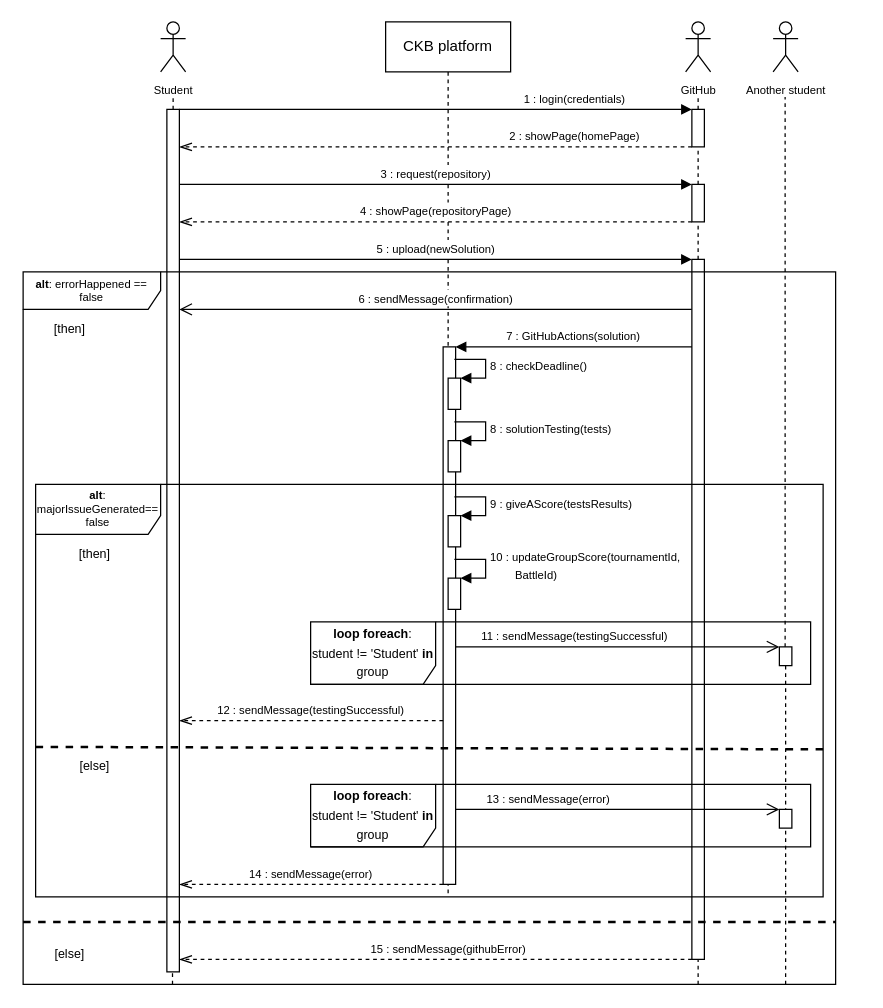
Before: RASDwip/ExtraFiles/Drawio/Sequence/Sequence11.drawio in francescospangaro/SpangaroTosettiRiccardi, a draw.io diagram. Source tidied: cells renumbered, new cells numbered last; positions are measured from the earlier drawing's top-left corner, leaving out a move shared by most shapes. Both pictures are drawn from the tidied source at 125%, with x=0, y=0 at pixel (22, 21).
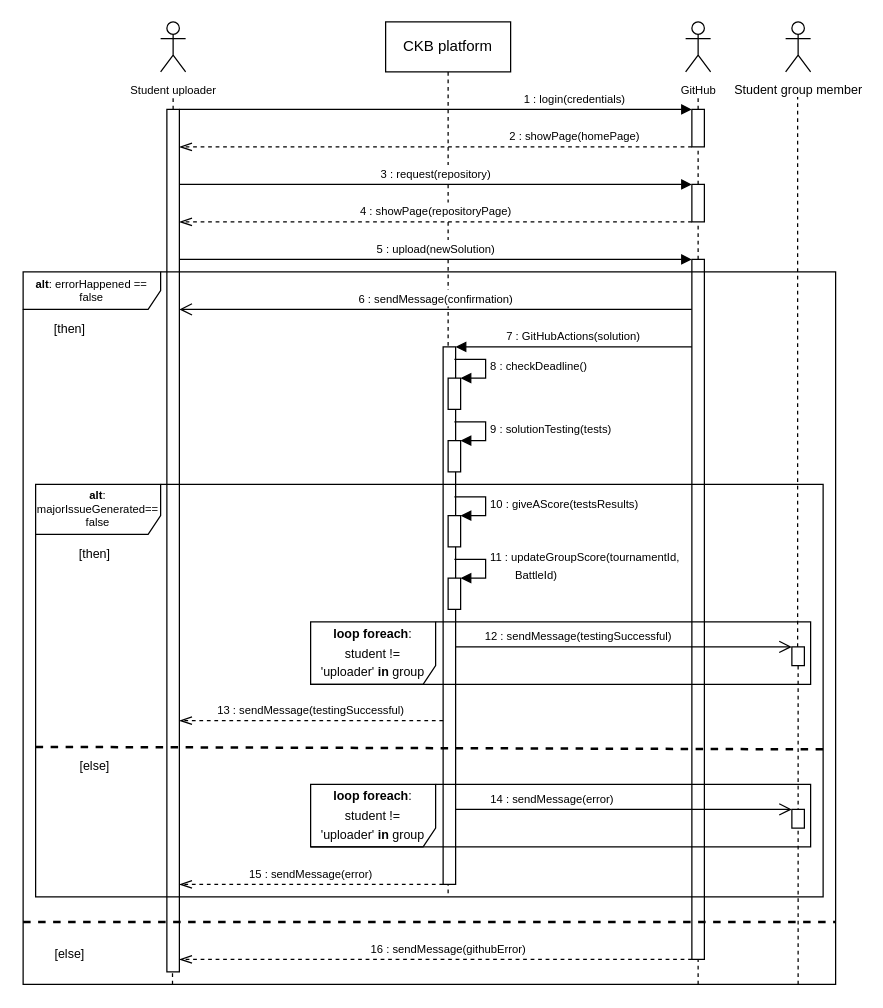
The same page after the edit.

The change refers to these unchanged cells:
```xml
<mxCell id="3" style="html=1;points=[];perimeter=orthogonalPerimeter;outlineConnect=0;targetShapes=umlLifeline;portConstraint=eastwest;newEdgeStyle={&quot;edgeStyle&quot;:&quot;elbowEdgeStyle&quot;,&quot;elbow&quot;:&quot;vertical&quot;,&quot;curved&quot;:0,&quot;rounded&quot;:0};" parent="2" vertex="1">
  <mxGeometry x="46" y="260" width="10" height="430" as="geometry" />
</mxCell>
<mxCell id="23" style="html=1;points=[[0,0,0,0,5],[0,1,0,0,-5],[1,0,0,0,5],[1,1,0,0,-5]];perimeter=orthogonalPerimeter;outlineConnect=0;targetShapes=umlLifeline;portConstraint=eastwest;newEdgeStyle={&quot;curved&quot;:0,&quot;rounded&quot;:0};" parent="1" vertex="1">
  <mxGeometry x="340" y="335" width="10" height="25" as="geometry" />
</mxCell>
<mxCell id="26" style="html=1;points=[[0,0,0,0,5],[0,1,0,0,-5],[1,0,0,0,5],[1,1,0,0,-5]];perimeter=orthogonalPerimeter;outlineConnect=0;targetShapes=umlLifeline;portConstraint=eastwest;newEdgeStyle={&quot;curved&quot;:0,&quot;rounded&quot;:0};" parent="1" vertex="1">
  <mxGeometry x="340" y="395" width="10" height="25" as="geometry" />
</mxCell>
<mxCell id="28" style="html=1;points=[[0,0,0,0,5],[0,1,0,0,-5],[1,0,0,0,5],[1,1,0,0,-5]];perimeter=orthogonalPerimeter;outlineConnect=0;targetShapes=umlLifeline;portConstraint=eastwest;newEdgeStyle={&quot;curved&quot;:0,&quot;rounded&quot;:0};" parent="1" vertex="1">
  <mxGeometry x="340" y="445" width="10" height="25" as="geometry" />
</mxCell>
```

The edit, as a diff of the source:
```diff
@@
-    <mxCell id="4" value="&lt;font style=&quot;font-size: 9px;&quot;&gt;Student&lt;/font&gt;" style="shape=umlActor;verticalLabelPosition=bottom;verticalAlign=top;html=1;" parent="1" vertex="1">
+    <mxCell id="4" value="&lt;font style=&quot;font-size: 9px;&quot;&gt;Student uploader&lt;/font&gt;" style="shape=umlActor;verticalLabelPosition=bottom;verticalAlign=top;html=1;" parent="1" vertex="1">
       <mxGeometry x="110" width="20" height="40" as="geometry" />
     </mxCell>
@@
-    <mxCell id="24" value="&lt;font style=&quot;font-size: 9px;&quot;&gt;8 : solutionTesting(tests)&lt;/font&gt;" style="html=1;align=left;spacingLeft=2;endArrow=block;rounded=0;edgeStyle=orthogonalEdgeStyle;curved=0;rounded=0;" parent="1" edge="1" target="23">
+    <mxCell id="24" value="&lt;font style=&quot;font-size: 9px;&quot;&gt;9 : solutionTesting(tests)&lt;/font&gt;" style="html=1;align=left;spacingLeft=2;endArrow=block;rounded=0;edgeStyle=orthogonalEdgeStyle;curved=0;rounded=0;" parent="1" edge="1" target="23">
       <mxGeometry relative="1" as="geometry">
         <mxPoint x="345" y="320" as="sourcePoint" />
         <Array as="points">
           <mxPoint x="370" y="320" />
           <mxPoint x="370" y="335" />
         </Array>
       </mxGeometry>
     </mxCell>
@@
-    <mxCell id="27" value="&lt;font style=&quot;font-size: 9px;&quot;&gt;9 : giveAScore(testsResults)&lt;/font&gt;" style="html=1;align=left;spacingLeft=2;endArrow=block;rounded=0;edgeStyle=orthogonalEdgeStyle;curved=0;rounded=0;" parent="1" edge="1" target="26">
+    <mxCell id="27" value="&lt;font style=&quot;font-size: 9px;&quot;&gt;10 : giveAScore(testsResults)&lt;/font&gt;" style="html=1;align=left;spacingLeft=2;endArrow=block;rounded=0;edgeStyle=orthogonalEdgeStyle;curved=0;rounded=0;" parent="1" edge="1" target="26">
       <mxGeometry relative="1" as="geometry">
         <mxPoint x="345" y="380" as="sourcePoint" />
         <Array as="points">
           <mxPoint x="370" y="380" />
           <mxPoint x="370" y="395" />
         </Array>
       </mxGeometry>
     </mxCell>
@@
-    <mxCell id="29" value="&lt;font style=&quot;font-size: 9px;&quot;&gt;10 : updateGroupScore(tournamentId,&lt;br&gt;&lt;span style=&quot;white-space: pre;&quot;&gt;&#9;&lt;/span&gt;BattleId)&lt;/font&gt;" style="html=1;align=left;spacingLeft=2;endArrow=block;rounded=0;edgeStyle=orthogonalEdgeStyle;curved=0;rounded=0;" parent="1" edge="1" target="28">
+    <mxCell id="29" value="&lt;font style=&quot;font-size: 9px;&quot;&gt;11 : updateGroupScore(tournamentId,&lt;br&gt;&lt;span style=&quot;white-space: pre;&quot;&gt;&#9;&lt;/span&gt;BattleId)&lt;/font&gt;" style="html=1;align=left;spacingLeft=2;endArrow=block;rounded=0;edgeStyle=orthogonalEdgeStyle;curved=0;rounded=0;" parent="1" edge="1" target="28">
       <mxGeometry relative="1" as="geometry">
         <mxPoint x="345" y="430" as="sourcePoint" />
         <Array as="points">
           <mxPoint x="370" y="430" />
           <mxPoint x="370" y="445" />
         </Array>
       </mxGeometry>
     </mxCell>
-    <mxCell id="30" value="&lt;font style=&quot;font-size: 9px;&quot;&gt;11 : sendMessage(testingSuccessful)&lt;/font&gt;" style="html=1;verticalAlign=bottom;endArrow=open;endSize=8;edgeStyle=elbowEdgeStyle;elbow=vertical;curved=0;rounded=0;endFill=0;" parent="1" edge="1" target="35">
+    <mxCell id="30" value="&lt;font style=&quot;font-size: 9px;&quot;&gt;12 : sendMessage(testingSuccessful)&lt;/font&gt;" style="html=1;verticalAlign=bottom;endArrow=open;endSize=8;edgeStyle=elbowEdgeStyle;elbow=vertical;curved=0;rounded=0;endFill=0;" parent="1" edge="1" target="35">
       <mxGeometry x="-0.27" relative="1" as="geometry">
         <mxPoint x="346" y="500" as="sourcePoint" />
         <Array as="points">
           <mxPoint x="590" y="500" />
         </Array>
       </mxGeometry>
     </mxCell>
-    <mxCell id="31" value="&lt;p style=&quot;line-height: 120%;&quot;&gt;&lt;font style=&quot;font-size: 10px;&quot;&gt;&lt;b&gt;loop foreach&lt;/b&gt;: student != 'Student'&amp;nbsp;&lt;b&gt;in &lt;/b&gt;group&lt;/font&gt;&lt;/p&gt;" style="shape=umlFrame;whiteSpace=wrap;html=1;width=100;height=50;verticalAlign=middle;horizontal=1;labelPosition=center;verticalLabelPosition=middle;align=center;" parent="1" vertex="1">
+    <mxCell id="31" value="&lt;p style=&quot;line-height: 120%;&quot;&gt;&lt;font style=&quot;font-size: 10px;&quot;&gt;&lt;b&gt;loop foreach&lt;/b&gt;: student != 'uploader'&amp;nbsp;&lt;b&gt;in &lt;/b&gt;group&lt;/font&gt;&lt;/p&gt;" style="shape=umlFrame;whiteSpace=wrap;html=1;width=100;height=50;verticalAlign=middle;horizontal=1;labelPosition=center;verticalLabelPosition=middle;align=center;" parent="1" vertex="1">
       <mxGeometry x="230" y="480" width="400" height="50" as="geometry" />
     </mxCell>
-    <mxCell id="32" value="&lt;font style=&quot;font-size: 9px;&quot;&gt;Another student&lt;/font&gt;" style="shape=umlActor;verticalLabelPosition=bottom;verticalAlign=top;html=1;" parent="1" vertex="1">
-      <mxGeometry x="600" width="20" height="40" as="geometry" />
+    <mxCell id="32" value="&lt;font size=&quot;1&quot;&gt;Student group member&lt;/font&gt;" style="shape=umlActor;verticalLabelPosition=bottom;verticalAlign=top;html=1;" parent="1" vertex="1">
+      <mxGeometry x="610" width="20" height="40" as="geometry" />
     </mxCell>
     <mxCell id="33" style="endArrow=none;dashed=1;html=1;rounded=0;" parent="1" edge="1" source="35">
       <mxGeometry relative="1" as="geometry">
-        <mxPoint x="609.6" y="60" as="targetPoint" />
+        <mxPoint x="619.6" y="60" as="targetPoint" />
       </mxGeometry>
     </mxCell>
     <mxCell id="34" style="endArrow=none;dashed=1;html=1;rounded=0;" parent="1" edge="1" target="35">
       <mxGeometry relative="1" as="geometry">
-        <mxPoint x="610" y="770" as="sourcePoint" />
+        <mxPoint x="620" y="770" as="sourcePoint" />
       </mxGeometry>
     </mxCell>
     <mxCell id="35" style="html=1;points=[];perimeter=orthogonalPerimeter;outlineConnect=0;targetShapes=umlLifeline;portConstraint=eastwest;newEdgeStyle={&quot;edgeStyle&quot;:&quot;elbowEdgeStyle&quot;,&quot;elbow&quot;:&quot;vertical&quot;,&quot;curved&quot;:0,&quot;rounded&quot;:0};" parent="1" vertex="1">
-      <mxGeometry x="605" y="500" width="10" height="15" as="geometry" />
+      <mxGeometry x="615" y="500" width="10" height="15" as="geometry" />
     </mxCell>
-    <mxCell id="36" value="&lt;font style=&quot;font-size: 9px;&quot;&gt;12 : sendMessage(testingSuccessful)&lt;/font&gt;" style="html=1;verticalAlign=bottom;endArrow=openThin;endSize=8;edgeStyle=elbowEdgeStyle;elbow=vertical;curved=0;rounded=0;endFill=0;dashed=1;" parent="1" edge="1">
+    <mxCell id="36" value="&lt;font style=&quot;font-size: 9px;&quot;&gt;13 : sendMessage(testingSuccessful)&lt;/font&gt;" style="html=1;verticalAlign=bottom;endArrow=openThin;endSize=8;edgeStyle=elbowEdgeStyle;elbow=vertical;curved=0;rounded=0;endFill=0;dashed=1;" parent="1" edge="1">
       <mxGeometry relative="1" as="geometry">
         <mxPoint x="336" y="559" as="sourcePoint" />
         <mxPoint x="125" y="559" as="targetPoint" />
         <Array as="points">
           <mxPoint x="270" y="559" />
         </Array>
       </mxGeometry>
     </mxCell>
@@
-    <mxCell id="41" value="&lt;font style=&quot;font-size: 9px;&quot;&gt;13 : sendMessage(error)&lt;/font&gt;" style="html=1;verticalAlign=bottom;endArrow=open;endSize=8;edgeStyle=elbowEdgeStyle;elbow=vertical;curved=0;rounded=0;endFill=0;" parent="1" edge="1" target="43">
+    <mxCell id="41" value="&lt;font style=&quot;font-size: 9px;&quot;&gt;14 : sendMessage(error)&lt;/font&gt;" style="html=1;verticalAlign=bottom;endArrow=open;endSize=8;edgeStyle=elbowEdgeStyle;elbow=vertical;curved=0;rounded=0;endFill=0;" parent="1" edge="1" target="43">
       <mxGeometry x="-0.43" relative="1" as="geometry">
         <mxPoint x="346" y="630" as="sourcePoint" />
         <Array as="points">
           <mxPoint x="580" y="630" />
         </Array>
       </mxGeometry>
     </mxCell>
-    <mxCell id="42" value="&lt;p style=&quot;line-height: 120%;&quot;&gt;&lt;font style=&quot;font-size: 10px;&quot;&gt;&lt;b&gt;loop foreach&lt;/b&gt;: student != 'Student'&amp;nbsp;&lt;b&gt;in &lt;/b&gt;group&lt;/font&gt;&lt;/p&gt;" style="shape=umlFrame;whiteSpace=wrap;html=1;width=100;height=50;verticalAlign=middle;horizontal=1;labelPosition=center;verticalLabelPosition=middle;align=center;" parent="1" vertex="1">
+    <mxCell id="42" value="&lt;p style=&quot;line-height: 120%;&quot;&gt;&lt;font style=&quot;font-size: 10px;&quot;&gt;&lt;b&gt;loop foreach&lt;/b&gt;: student != 'uploader'&amp;nbsp;&lt;b&gt;in &lt;/b&gt;group&lt;/font&gt;&lt;/p&gt;" style="shape=umlFrame;whiteSpace=wrap;html=1;width=100;height=50;verticalAlign=middle;horizontal=1;labelPosition=center;verticalLabelPosition=middle;align=center;" parent="1" vertex="1">
       <mxGeometry x="230" y="610" width="400" height="50" as="geometry" />
     </mxCell>
     <mxCell id="43" style="html=1;points=[];perimeter=orthogonalPerimeter;outlineConnect=0;targetShapes=umlLifeline;portConstraint=eastwest;newEdgeStyle={&quot;edgeStyle&quot;:&quot;elbowEdgeStyle&quot;,&quot;elbow&quot;:&quot;vertical&quot;,&quot;curved&quot;:0,&quot;rounded&quot;:0};" parent="1" vertex="1">
-      <mxGeometry x="605" y="630" width="10" height="15" as="geometry" />
+      <mxGeometry x="615" y="630" width="10" height="15" as="geometry" />
     </mxCell>
-    <mxCell id="44" value="&lt;font style=&quot;font-size: 9px;&quot;&gt;14 : sendMessage(error)&lt;/font&gt;" style="html=1;verticalAlign=bottom;endArrow=openThin;endSize=8;edgeStyle=elbowEdgeStyle;elbow=vertical;curved=0;rounded=0;endFill=0;dashed=1;" parent="1" edge="1" source="3">
+    <mxCell id="44" value="&lt;font style=&quot;font-size: 9px;&quot;&gt;15 : sendMessage(error)&lt;/font&gt;" style="html=1;verticalAlign=bottom;endArrow=openThin;endSize=8;edgeStyle=elbowEdgeStyle;elbow=vertical;curved=0;rounded=0;endFill=0;dashed=1;" parent="1" edge="1" source="3">
       <mxGeometry relative="1" as="geometry">
         <mxPoint x="125" y="690" as="targetPoint" />
         <Array as="points">
           <mxPoint x="270" y="690" />
         </Array>
       </mxGeometry>
     </mxCell>
@@
-    <mxCell id="46" value="&lt;font style=&quot;font-size: 9px;&quot;&gt;15 : sendMessage(githubError)&lt;/font&gt;" style="html=1;verticalAlign=bottom;endArrow=openThin;dashed=1;endSize=8;edgeStyle=elbowEdgeStyle;elbow=vertical;curved=0;rounded=0;endFill=0;" parent="1" edge="1">
+    <mxCell id="46" value="&lt;font style=&quot;font-size: 9px;&quot;&gt;16 : sendMessage(githubError)&lt;/font&gt;" style="html=1;verticalAlign=bottom;endArrow=openThin;dashed=1;endSize=8;edgeStyle=elbowEdgeStyle;elbow=vertical;curved=0;rounded=0;endFill=0;" parent="1" edge="1">
       <mxGeometry x="-0.05" relative="1" as="geometry">
         <mxPoint x="535" y="750" as="sourcePoint" />
         <mxPoint x="125" y="750" as="targetPoint" />
         <Array as="points">
           <mxPoint x="350" y="750" />
         </Array>
       </mxGeometry>
     </mxCell>
```
